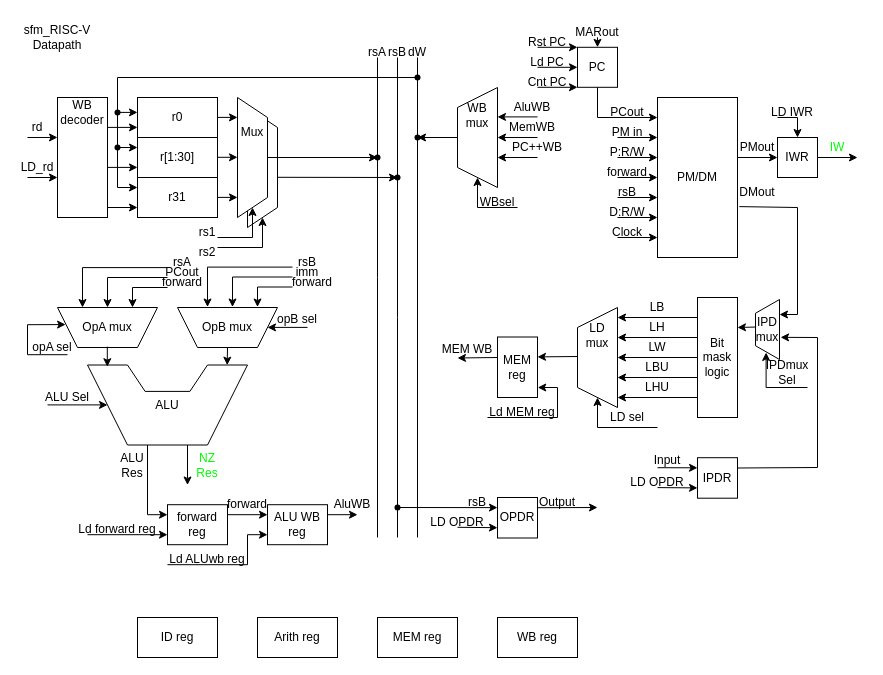
sfm3112/sfm_RISC-V keeps this draw.io diagram as page "RISC-V_DataPath" (1 of 3) of Design_Docs/RISC-V_Schematics.drawio. Above is the earlier version. Source tidied: cells renumbered, new cells numbered last; positions are measured from the earlier drawing's top-left corner, leaving out a move shared by most shapes. Both pictures are drawn from the tidied source at 100%, with x=0, y=0 at pixel (17, 17).
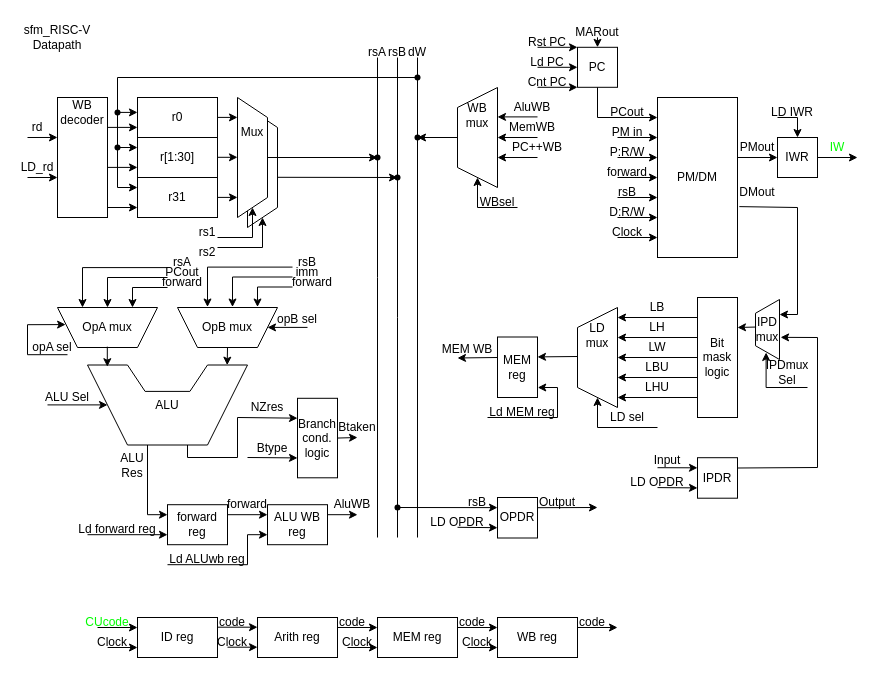
Above is the later version.

Commit message:
Pivot to Pipeline CU regs

Unchanged cells that the change refers to:
```xml
<mxCell id="186" value="ID reg" style="rounded=0;whiteSpace=wrap;html=1;fillColor=none;" parent="1" vertex="1">
  <mxGeometry x="120" y="600" width="80" height="40" as="geometry" />
</mxCell>
```

The edit, as a diff of the source:
```diff
@@
-    <mxCell id="103" style="endArrow=classic;html=1;rounded=0;labelBackgroundColor=none;fontColor=default;" parent="1" edge="1">
+    <mxCell id="103" style="endArrow=classic;html=1;rounded=0;labelBackgroundColor=none;fontColor=default;entryX=0;entryY=0.25;entryDx=0;entryDy=0;" parent="1" edge="1" target="190">
       <mxGeometry relative="1" as="geometry">
         <mxPoint x="170" y="427.5" as="sourcePoint" />
-        <mxPoint x="170" y="467.5" as="targetPoint" />
+        <Array as="points">
+          <mxPoint x="170" y="440" />
+          <mxPoint x="220" y="440" />
+          <mxPoint x="220" y="400" />
+        </Array>
       </mxGeometry>
     </mxCell>
-    <mxCell id="104" value="&lt;span style=&quot;color: light-dark(rgb(0, 252, 0), rgb(0, 255, 0));&quot;&gt;NZ Res&lt;/span&gt;" style="text;html=1;whiteSpace=wrap;strokeColor=none;fillColor=none;align=center;verticalAlign=middle;rounded=0;labelBackgroundColor=none;" parent="1" vertex="1">
-      <mxGeometry x="170" y="437.5" width="40" height="20.5" as="geometry" />
-    </mxCell>
@@
+    <mxCell id="190" value="Branch cond. logic" style="rounded=0;whiteSpace=wrap;html=1;fillColor=none;" parent="1" vertex="1">
+      <mxGeometry x="280" y="380.8" width="40" height="79.5" as="geometry" />
+    </mxCell>
+    <mxCell id="191" value="NZres" style="text;html=1;whiteSpace=wrap;strokeColor=none;fillColor=none;align=center;verticalAlign=middle;rounded=0;" parent="1" vertex="1">
+      <mxGeometry x="230" y="380" width="40" height="20" as="geometry" />
+    </mxCell>
+    <mxCell id="192" value="Btype" style="text;html=1;whiteSpace=wrap;strokeColor=none;fillColor=none;align=center;verticalAlign=middle;rounded=0;" parent="1" vertex="1">
+      <mxGeometry x="240" y="420.5" width="30" height="20" as="geometry" />
+    </mxCell>
+    <mxCell id="193" style="endArrow=classic;html=1;rounded=0;entryX=0;entryY=0.75;entryDx=0;entryDy=0;" parent="1" edge="1" target="190">
+      <mxGeometry relative="1" as="geometry">
+        <mxPoint x="230" y="440" as="sourcePoint" />
+      </mxGeometry>
+    </mxCell>
+    <mxCell id="194" value="Btaken" style="text;html=1;whiteSpace=wrap;strokeColor=none;fillColor=none;align=center;verticalAlign=middle;rounded=0;" parent="1" vertex="1">
+      <mxGeometry x="320" y="400" width="40" height="20" as="geometry" />
+    </mxCell>
+    <mxCell id="195" style="endArrow=classic;html=1;rounded=0;entryX=0.5;entryY=1;entryDx=0;entryDy=0;exitX=1;exitY=0.5;exitDx=0;exitDy=0;" parent="1" edge="1" source="190" target="194">
+      <mxGeometry relative="1" as="geometry" />
+    </mxCell>
+    <mxCell id="196" style="endArrow=classic;html=1;rounded=0;entryX=0;entryY=0.25;entryDx=0;entryDy=0;" parent="1" edge="1" target="186">
+      <mxGeometry relative="1" as="geometry">
+        <mxPoint x="80" y="610" as="sourcePoint" />
+      </mxGeometry>
+    </mxCell>
+    <mxCell id="197" value="CUcode" style="text;html=1;whiteSpace=wrap;strokeColor=none;fillColor=none;align=center;verticalAlign=middle;rounded=0;fontColor=light-dark(#00FC00,#00FF00);" parent="1" vertex="1">
+      <mxGeometry x="70" y="600" width="40" height="10" as="geometry" />
+    </mxCell>
+    <mxCell id="198" style="endArrow=classic;html=1;rounded=0;entryX=0;entryY=0.25;entryDx=0;entryDy=0;exitX=0.337;exitY=1;exitDx=0;exitDy=0;exitPerimeter=0;" parent="1" edge="1" source="199">
+      <mxGeometry relative="1" as="geometry">
+        <mxPoint x="120" y="630" as="targetPoint" />
+      </mxGeometry>
+    </mxCell>
+    <mxCell id="199" value="&lt;span style=&quot;color: light-dark(rgb(0, 0, 0), rgb(0, 127, 255));&quot;&gt;Clock&lt;/span&gt;" style="text;html=1;whiteSpace=wrap;strokeColor=none;fillColor=none;align=center;verticalAlign=middle;rounded=0;labelBackgroundColor=none;" parent="1" vertex="1">
+      <mxGeometry x="80" y="620" width="30" height="10" as="geometry" />
+    </mxCell>
+    <mxCell id="200" style="endArrow=classic;html=1;rounded=0;entryX=0;entryY=0.25;entryDx=0;entryDy=0;" parent="1" edge="1">
+      <mxGeometry relative="1" as="geometry">
+        <mxPoint x="200" y="609.7" as="sourcePoint" />
+        <mxPoint x="240" y="609.7" as="targetPoint" />
+      </mxGeometry>
+    </mxCell>
+    <mxCell id="201" value="code" style="text;html=1;whiteSpace=wrap;strokeColor=none;fillColor=none;align=center;verticalAlign=middle;rounded=0;" parent="1" vertex="1">
+      <mxGeometry x="200" y="599.7" width="30" height="10" as="geometry" />
+    </mxCell>
+    <mxCell id="202" style="endArrow=classic;html=1;rounded=0;entryX=0;entryY=0.25;entryDx=0;entryDy=0;" parent="1" edge="1">
+      <mxGeometry relative="1" as="geometry">
+        <mxPoint x="210" y="629.7" as="sourcePoint" />
+        <mxPoint x="240" y="629.7" as="targetPoint" />
+      </mxGeometry>
+    </mxCell>
+    <mxCell id="203" value="&lt;span style=&quot;color: light-dark(rgb(0, 0, 0), rgb(0, 127, 255));&quot;&gt;Clock&lt;/span&gt;" style="text;html=1;whiteSpace=wrap;strokeColor=none;fillColor=none;align=center;verticalAlign=middle;rounded=0;labelBackgroundColor=none;" parent="1" vertex="1">
+      <mxGeometry x="200" y="619.7" width="30" height="10" as="geometry" />
+    </mxCell>
+    <mxCell id="204" style="endArrow=classic;html=1;rounded=0;entryX=0;entryY=0.25;entryDx=0;entryDy=0;" parent="1" edge="1">
+      <mxGeometry relative="1" as="geometry">
+        <mxPoint x="320" y="610" as="sourcePoint" />
+        <mxPoint x="360" y="610" as="targetPoint" />
+      </mxGeometry>
+    </mxCell>
+    <mxCell id="205" value="code" style="text;html=1;whiteSpace=wrap;strokeColor=none;fillColor=none;align=center;verticalAlign=middle;rounded=0;" parent="1" vertex="1">
+      <mxGeometry x="320" y="600" width="30" height="10" as="geometry" />
+    </mxCell>
+    <mxCell id="206" style="endArrow=classic;html=1;rounded=0;entryX=0;entryY=0.25;entryDx=0;entryDy=0;" parent="1" edge="1">
+      <mxGeometry relative="1" as="geometry">
+        <mxPoint x="330" y="630" as="sourcePoint" />
+        <mxPoint x="360" y="630" as="targetPoint" />
+      </mxGeometry>
+    </mxCell>
+    <mxCell id="207" value="&lt;span style=&quot;color: light-dark(rgb(0, 0, 0), rgb(0, 127, 255));&quot;&gt;Clock&lt;/span&gt;" style="text;html=1;whiteSpace=wrap;strokeColor=none;fillColor=none;align=center;verticalAlign=middle;rounded=0;labelBackgroundColor=none;" parent="1" vertex="1">
+      <mxGeometry x="320" y="620" width="40" height="10" as="geometry" />
+    </mxCell>
+    <mxCell id="208" style="endArrow=classic;html=1;rounded=0;entryX=0;entryY=0.25;entryDx=0;entryDy=0;" parent="1" edge="1">
+      <mxGeometry relative="1" as="geometry">
+        <mxPoint x="440" y="610" as="sourcePoint" />
+        <mxPoint x="480" y="610" as="targetPoint" />
+      </mxGeometry>
+    </mxCell>
+    <mxCell id="209" value="code" style="text;html=1;whiteSpace=wrap;strokeColor=none;fillColor=none;align=center;verticalAlign=middle;rounded=0;" parent="1" vertex="1">
+      <mxGeometry x="440" y="600" width="30" height="10" as="geometry" />
+    </mxCell>
+    <mxCell id="210" style="endArrow=classic;html=1;rounded=0;entryX=0;entryY=0.25;entryDx=0;entryDy=0;" parent="1" edge="1">
+      <mxGeometry relative="1" as="geometry">
+        <mxPoint x="450" y="630" as="sourcePoint" />
+        <mxPoint x="480" y="630" as="targetPoint" />
+      </mxGeometry>
+    </mxCell>
+    <mxCell id="211" value="&lt;span style=&quot;color: light-dark(rgb(0, 0, 0), rgb(0, 127, 255));&quot;&gt;Clock&lt;/span&gt;" style="text;html=1;whiteSpace=wrap;strokeColor=none;fillColor=none;align=center;verticalAlign=middle;rounded=0;labelBackgroundColor=none;" parent="1" vertex="1">
+      <mxGeometry x="440" y="620" width="40" height="10" as="geometry" />
+    </mxCell>
+    <mxCell id="212" style="endArrow=classic;html=1;rounded=0;entryX=0;entryY=0.25;entryDx=0;entryDy=0;" parent="1" edge="1">
+      <mxGeometry relative="1" as="geometry">
+        <mxPoint x="560" y="610" as="sourcePoint" />
+        <mxPoint x="600" y="610" as="targetPoint" />
+      </mxGeometry>
+    </mxCell>
+    <mxCell id="213" value="code" style="text;html=1;whiteSpace=wrap;strokeColor=none;fillColor=none;align=center;verticalAlign=middle;rounded=0;" parent="1" vertex="1">
+      <mxGeometry x="560" y="600" width="30" height="10" as="geometry" />
+    </mxCell>
```
